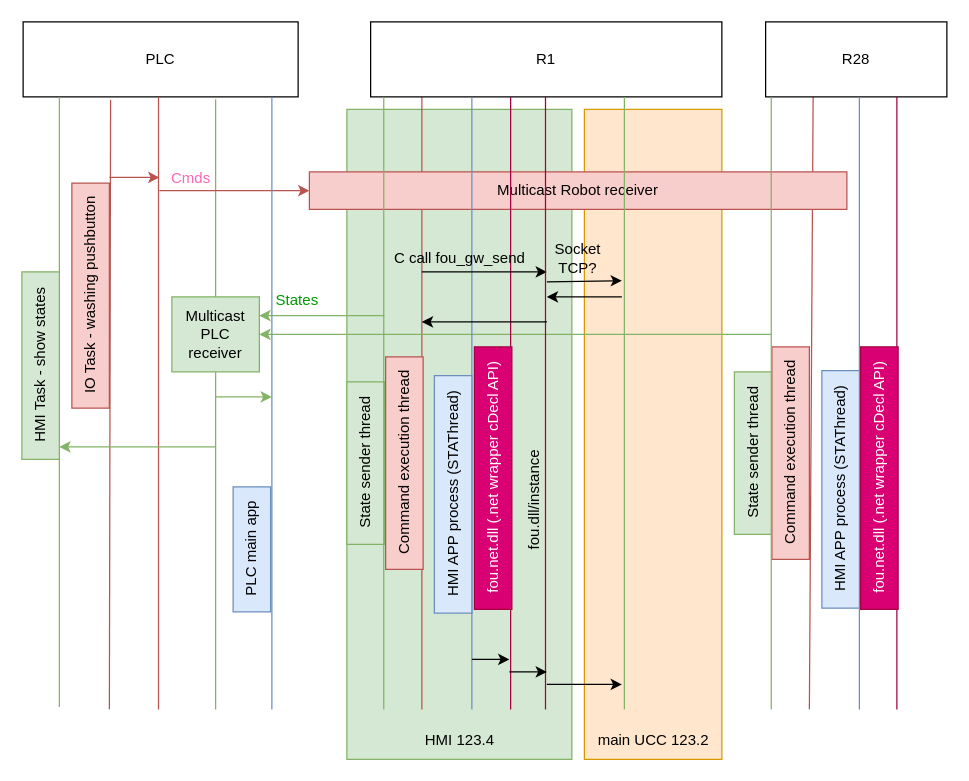
Before: page "SC" (1 of 2) of washing.drawio in megavad/Diagrams, a draw.io diagram. Source tidied: cells renumbered, new cells numbered last; positions are measured from the earlier drawing's top-left corner, leaving out a move shared by most shapes. Both pictures are drawn from the tidied source at 125%, with x=0, y=0 at pixel (-54, 21).
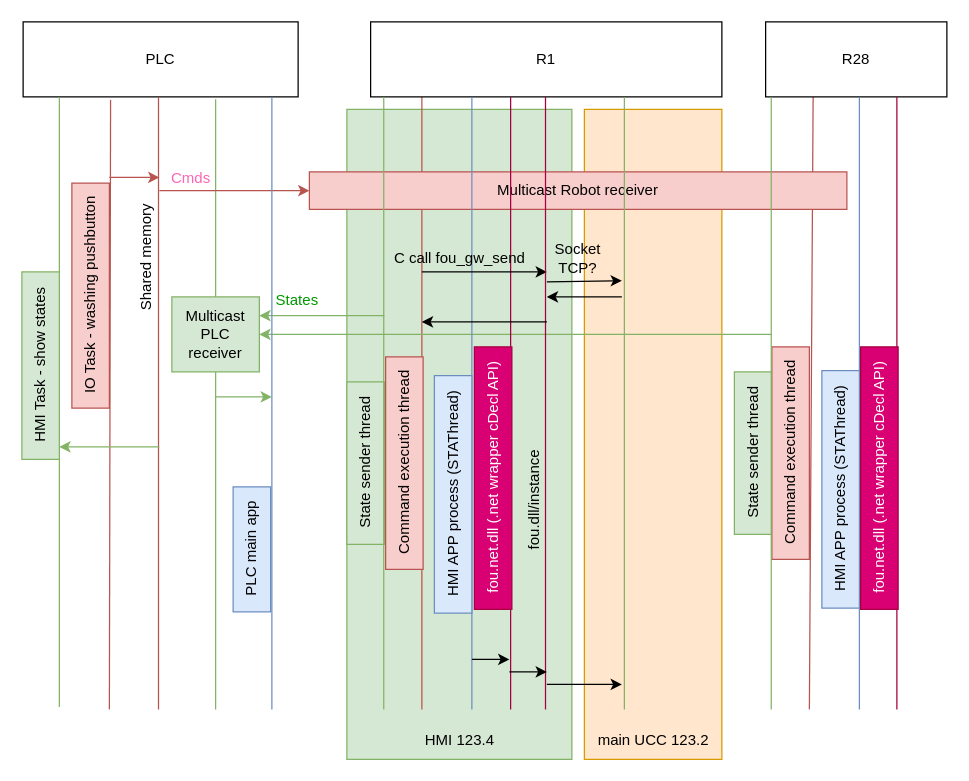
After the change.

Change to the diagram source:
```diff
@@
     <mxCell id="22" style="endArrow=classic;html=1;rounded=0;fillColor=#d5e8d4;strokeColor=#82b366;" parent="1" edge="1">
       <mxGeometry relative="1" as="geometry">
-        <mxPoint x="215" y="340" as="sourcePoint" />
+        <mxPoint x="170" y="340" as="sourcePoint" />
         <mxPoint x="90" y="340" as="targetPoint" />
       </mxGeometry>
     </mxCell>
@@
+    <mxCell id="56" value="Shared memory" style="text;html=1;align=center;verticalAlign=middle;strokeColor=none;fillColor=none;rotation=270;" parent="1" vertex="1">
+      <mxGeometry x="105" y="174" width="110" height="30" as="geometry" />
+    </mxCell>
```
